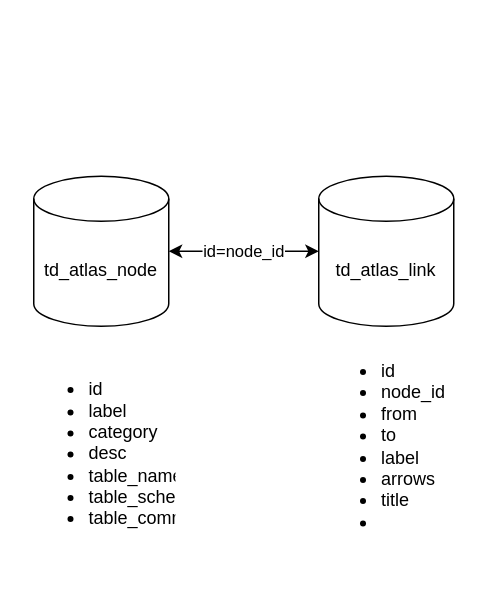
Earlier version of the draw.io diagram Untitled Diagram.drawio (KnowSky404/draw.io). Source tidied: cells renumbered, new cells numbered last; positions are measured from the earlier drawing's top-left corner, leaving out a move shared by most shapes. Both pictures are drawn from the tidied source at 150%, with x=0, y=0 at pixel (26, 176).
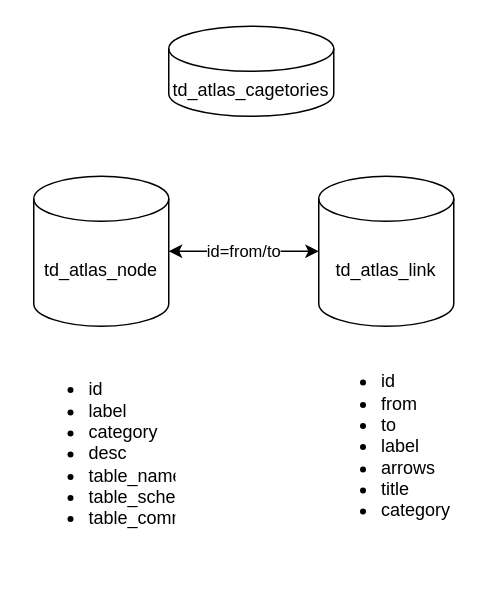
The same diagram, later.

Commit message:
增加分类数据表

The edit, as a diff of the source:
```diff
@@
 <mxGraphModel>
   <root>
     <mxCell id="0" />
     <mxCell id="1" parent="0" />
     <mxCell id="2" value="td_atlas_node" style="shape=cylinder3;whiteSpace=wrap;html=1;boundedLbl=1;backgroundOutline=1;size=15;" parent="1" vertex="1">
       <mxGeometry x="5" width="90" height="100" as="geometry" />
     </mxCell>
     <mxCell id="3" value="td_atlas_link&lt;br&gt;" style="shape=cylinder3;whiteSpace=wrap;html=1;boundedLbl=1;backgroundOutline=1;size=15;" parent="1" vertex="1">
       <mxGeometry x="195" width="90" height="100" as="geometry" />
     </mxCell>
     <mxCell id="4" value="&lt;ul&gt;&lt;li&gt;id&lt;/li&gt;&lt;li&gt;label&lt;/li&gt;&lt;li&gt;category&lt;/li&gt;&lt;li&gt;desc&lt;/li&gt;&lt;li&gt;table_name&lt;/li&gt;&lt;li&gt;table_schema&lt;/li&gt;&lt;li&gt;table_comment&lt;/li&gt;&lt;/ul&gt;" style="text;strokeColor=none;fillColor=none;html=1;whiteSpace=wrap;verticalAlign=middle;overflow=hidden;" parent="1" vertex="1">
       <mxGeometry y="100" width="100" height="170" as="geometry" />
     </mxCell>
-    <mxCell id="5" value="id=node_id" style="endArrow=classic;startArrow=classic;html=1;rounded=0;exitX=1;exitY=0.5;exitDx=0;exitDy=0;exitPerimeter=0;entryX=0;entryY=0.5;entryDx=0;entryDy=0;entryPerimeter=0;" parent="1" edge="1" source="2" target="3">
+    <mxCell id="5" value="id=from/to" style="endArrow=classic;startArrow=classic;html=1;rounded=0;exitX=1;exitY=0.5;exitDx=0;exitDy=0;exitPerimeter=0;entryX=0;entryY=0.5;entryDx=0;entryDy=0;entryPerimeter=0;" parent="1" edge="1" source="2" target="3">
       <mxGeometry relative="1" as="geometry">
         <Array as="points">
           <mxPoint x="145" y="50" />
         </Array>
       </mxGeometry>
     </mxCell>
-    <mxCell id="6" value="&lt;ul&gt;&lt;li&gt;id&lt;/li&gt;&lt;li&gt;node_id&lt;/li&gt;&lt;li&gt;from&lt;/li&gt;&lt;li&gt;to&lt;/li&gt;&lt;li&gt;label&lt;/li&gt;&lt;li&gt;arrows&lt;/li&gt;&lt;li&gt;title&lt;/li&gt;&lt;li&gt;&lt;br&gt;&lt;/li&gt;&lt;/ul&gt;" style="text;strokeColor=none;fillColor=none;html=1;whiteSpace=wrap;verticalAlign=middle;overflow=hidden;" parent="1" vertex="1">
-      <mxGeometry x="195" y="100" width="90" height="160" as="geometry" />
+    <mxCell id="6" value="&lt;ul&gt;&lt;li&gt;id&lt;/li&gt;&lt;li&gt;from&lt;/li&gt;&lt;li&gt;to&lt;/li&gt;&lt;li&gt;label&lt;/li&gt;&lt;li&gt;arrows&lt;/li&gt;&lt;li&gt;title&lt;/li&gt;&lt;li&gt;category&lt;/li&gt;&lt;/ul&gt;" style="text;strokeColor=none;fillColor=none;html=1;whiteSpace=wrap;verticalAlign=middle;overflow=hidden;" parent="1" vertex="1">
+      <mxGeometry x="195" y="100" width="100" height="160" as="geometry" />
     </mxCell>
+    <mxCell id="7" value="td_atlas_cagetories" style="shape=cylinder3;whiteSpace=wrap;html=1;boundedLbl=1;backgroundOutline=1;size=15;" parent="1" vertex="1">
+      <mxGeometry x="95" y="-100" width="110" height="60" as="geometry" />
+    </mxCell>
   </root>
 </mxGraphModel>
```
